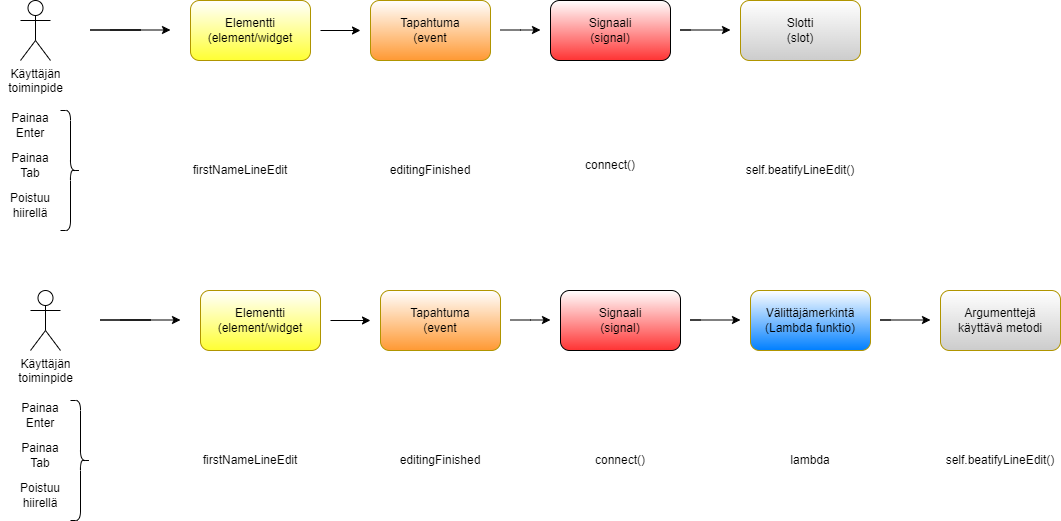
The draw.io diagram Docs/Pictures/lambadaSignalSlot.drawio.png in HennaSalla/PythonYmparisto, before a commit. Source tidied: cells renumbered, new cells last; positions are measured from the earlier drawing's top-left corner, leaving out a move shared by most shapes.
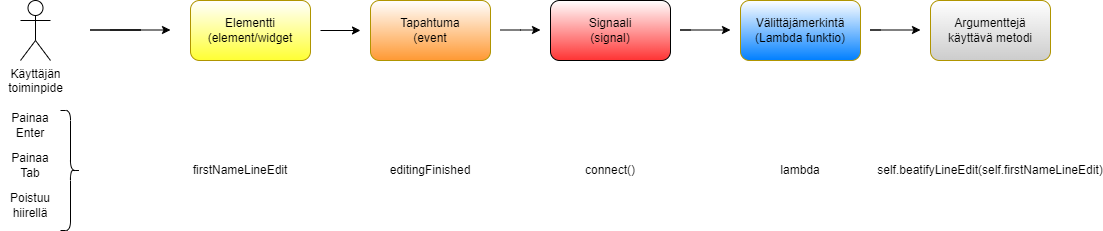
After the change.

Diff of the diagram source:
```diff
@@ -2,97 +2,19 @@
   <root>
     <mxCell id="0" />
     <mxCell id="1" parent="0" />
-    <mxCell id="2" value="Käyttäjän&lt;div&gt;toiminpide&lt;/div&gt;" style="shape=umlActor;verticalLabelPosition=bottom;verticalAlign=top;html=1;" parent="1" vertex="1">
-      <mxGeometry x="20" width="30" height="60" as="geometry" />
-    </mxCell>
-    <mxCell id="3" style="endArrow=classic;html=1;rounded=0;" parent="1" edge="1">
-      <mxGeometry relative="1" as="geometry">
-        <mxPoint x="110" y="29.5" as="sourcePoint" />
-        <mxPoint x="170" y="29.5" as="targetPoint" />
-        <Array as="points">
-          <mxPoint x="140" y="29.5" />
-          <mxPoint x="90" y="29.5" />
-        </Array>
-      </mxGeometry>
-    </mxCell>
-    <mxCell id="4" value="Elementti&lt;div&gt;(element/widget&lt;/div&gt;" style="rounded=1;whiteSpace=wrap;html=1;fillColor=#FFFFFF;fontColor=#000000;strokeColor=#B09500;gradientColor=#FFFF33;" parent="1" vertex="1">
-      <mxGeometry x="190" width="120" height="60" as="geometry" />
-    </mxCell>
-    <mxCell id="5" value="Tapahtuma&lt;div&gt;(event&lt;/div&gt;" style="rounded=1;whiteSpace=wrap;html=1;fillColor=#FFFFFF;fontColor=#000000;strokeColor=#B09500;gradientColor=#FF9933;" parent="1" vertex="1">
-      <mxGeometry x="370" width="120" height="60" as="geometry" />
-    </mxCell>
-    <mxCell id="6" value="Signaali&lt;div&gt;(signal)&lt;/div&gt;" style="rounded=1;whiteSpace=wrap;html=1;gradientColor=#FF3333;" parent="1" vertex="1">
-      <mxGeometry x="550" width="120" height="60" as="geometry" />
-    </mxCell>
-    <mxCell id="7" value="Slotti&lt;div&gt;(slot)&lt;/div&gt;" style="rounded=1;whiteSpace=wrap;html=1;fillColor=#FFFFFF;fontColor=#000000;strokeColor=#B09500;gradientColor=#CCCCCC;" parent="1" vertex="1">
-      <mxGeometry x="740" width="120" height="60" as="geometry" />
-    </mxCell>
-    <mxCell id="8" style="endArrow=classic;html=1;rounded=0;" parent="1" edge="1">
-      <mxGeometry relative="1" as="geometry">
-        <mxPoint x="320" y="30" as="sourcePoint" />
-        <mxPoint x="360" y="30" as="targetPoint" />
-        <Array as="points">
-          <mxPoint x="360" y="30" />
-        </Array>
-      </mxGeometry>
-    </mxCell>
-    <mxCell id="9" style="endArrow=classic;html=1;rounded=0;" parent="1" edge="1">
-      <mxGeometry relative="1" as="geometry">
-        <mxPoint x="500" y="29.5" as="sourcePoint" />
-        <mxPoint x="540" y="29.5" as="targetPoint" />
-        <Array as="points">
-          <mxPoint x="520" y="29.5" />
-          <mxPoint x="540" y="29.5" />
-        </Array>
-      </mxGeometry>
-    </mxCell>
-    <mxCell id="10" style="endArrow=classic;html=1;rounded=0;" parent="1" edge="1">
-      <mxGeometry relative="1" as="geometry">
-        <mxPoint x="690" y="29.5" as="sourcePoint" />
-        <mxPoint x="730" y="29.5" as="targetPoint" />
-        <Array as="points">
-          <mxPoint x="680" y="29.5" />
-          <mxPoint x="730" y="29.5" />
-        </Array>
-      </mxGeometry>
-    </mxCell>
-    <mxCell id="11" value="Painaa&lt;div&gt;Enter&lt;/div&gt;" style="text;html=1;align=center;verticalAlign=middle;whiteSpace=wrap;rounded=0;" parent="1" vertex="1">
-      <mxGeometry y="110" width="60" height="30" as="geometry" />
-    </mxCell>
-    <mxCell id="12" value="firstNameLineEdit" style="text;html=1;align=center;verticalAlign=middle;whiteSpace=wrap;rounded=0;" parent="1" vertex="1">
-      <mxGeometry x="210" y="155" width="60" height="30" as="geometry" />
-    </mxCell>
-    <mxCell id="13" value="editingFinished" style="text;html=1;align=center;verticalAlign=middle;whiteSpace=wrap;rounded=0;" parent="1" vertex="1">
-      <mxGeometry x="400" y="155" width="60" height="30" as="geometry" />
-    </mxCell>
-    <mxCell id="14" value="Painaa&lt;div&gt;Tab&lt;/div&gt;" style="text;html=1;align=center;verticalAlign=middle;whiteSpace=wrap;rounded=0;" parent="1" vertex="1">
-      <mxGeometry y="150" width="60" height="30" as="geometry" />
-    </mxCell>
-    <mxCell id="15" value="Poistuu&lt;div&gt;hiirellä&lt;/div&gt;" style="text;html=1;align=center;verticalAlign=middle;whiteSpace=wrap;rounded=0;" parent="1" vertex="1">
-      <mxGeometry y="190" width="60" height="30" as="geometry" />
-    </mxCell>
-    <mxCell id="16" value="connect()" style="text;html=1;align=center;verticalAlign=middle;whiteSpace=wrap;rounded=0;" parent="1" vertex="1">
-      <mxGeometry x="580" y="150" width="60" height="30" as="geometry" />
-    </mxCell>
-    <mxCell id="17" value="self.beatifyLineEdit()" style="text;html=1;align=center;verticalAlign=middle;whiteSpace=wrap;rounded=0;" parent="1" vertex="1">
-      <mxGeometry x="770" y="155" width="60" height="30" as="geometry" />
-    </mxCell>
-    <mxCell id="18" style="shape=curlyBracket;whiteSpace=wrap;html=1;rounded=1;flipH=1;labelPosition=right;verticalLabelPosition=middle;align=left;verticalAlign=middle;" parent="1" vertex="1">
-      <mxGeometry x="60" y="110" width="20" height="120" as="geometry" />
-    </mxCell>
     <mxCell id="19" value="Käyttäjän&lt;div&gt;toiminpide&lt;/div&gt;" style="shape=umlActor;verticalLabelPosition=bottom;verticalAlign=top;html=1;" parent="1" vertex="1">
       <mxGeometry x="30" y="290" width="30" height="60" as="geometry" />
     </mxCell>
-    <mxCell id="20" style="endArrow=classic;html=1;rounded=0;" parent="1" edge="1">
-      <mxGeometry relative="1" as="geometry">
-        <mxPoint x="120" y="319.5" as="sourcePoint" />
-        <mxPoint x="180" y="319.5" as="targetPoint" />
-        <Array as="points">
-          <mxPoint x="150" y="319.5" />
-          <mxPoint x="100" y="319.5" />
-        </Array>
-      </mxGeometry>
-    </mxCell>
+    <mxCell id="39" style="endArrow=classic;html=1;rounded=0;" parent="1" edge="1">
+      <mxGeometry relative="1" as="geometry">
+        <mxPoint x="120" y="319.5" as="sourcePoint" />
+        <mxPoint x="180" y="319.5" as="targetPoint" />
+        <Array as="points">
+          <mxPoint x="150" y="319.5" />
+          <mxPoint x="100" y="319.5" />
+        </Array>
+      </mxGeometry>
+    </mxCell>
     <mxCell id="21" value="Elementti&lt;div&gt;(element/widget&lt;/div&gt;" style="rounded=1;whiteSpace=wrap;html=1;fillColor=#FFFFFF;fontColor=#000000;strokeColor=#B09500;gradientColor=#FFFF33;" parent="1" vertex="1">
       <mxGeometry x="200" y="290" width="120" height="60" as="geometry" />
     </mxCell>
@@ -105,35 +27,35 @@
     <mxCell id="24" value="Välittäjämerkintä&lt;div&gt;(Lambda funktio)&lt;/div&gt;" style="rounded=1;whiteSpace=wrap;html=1;fillColor=#FFFFFF;fontColor=#000000;strokeColor=#B09500;gradientColor=#007FFF;" parent="1" vertex="1">
       <mxGeometry x="750" y="290" width="120" height="60" as="geometry" />
     </mxCell>
-    <mxCell id="25" style="endArrow=classic;html=1;rounded=0;" parent="1" edge="1">
-      <mxGeometry relative="1" as="geometry">
-        <mxPoint x="330" y="320" as="sourcePoint" />
-        <mxPoint x="370" y="320" as="targetPoint" />
-        <Array as="points">
-          <mxPoint x="370" y="320" />
-        </Array>
-      </mxGeometry>
-    </mxCell>
-    <mxCell id="26" style="endArrow=classic;html=1;rounded=0;" parent="1" edge="1">
-      <mxGeometry relative="1" as="geometry">
-        <mxPoint x="510" y="319.5" as="sourcePoint" />
-        <mxPoint x="550" y="319.5" as="targetPoint" />
-        <Array as="points">
-          <mxPoint x="530" y="319.5" />
-          <mxPoint x="550" y="319.5" />
-        </Array>
-      </mxGeometry>
-    </mxCell>
-    <mxCell id="27" style="endArrow=classic;html=1;rounded=0;" parent="1" edge="1">
-      <mxGeometry relative="1" as="geometry">
-        <mxPoint x="700" y="319.5" as="sourcePoint" />
-        <mxPoint x="740" y="319.5" as="targetPoint" />
-        <Array as="points">
-          <mxPoint x="690" y="319.5" />
-          <mxPoint x="740" y="319.5" />
-        </Array>
-      </mxGeometry>
-    </mxCell>
+    <mxCell id="40" style="endArrow=classic;html=1;rounded=0;" parent="1" edge="1">
+      <mxGeometry relative="1" as="geometry">
+        <mxPoint x="330" y="320" as="sourcePoint" />
+        <mxPoint x="370" y="320" as="targetPoint" />
+        <Array as="points">
+          <mxPoint x="370" y="320" />
+        </Array>
+      </mxGeometry>
+    </mxCell>
+    <mxCell id="41" style="endArrow=classic;html=1;rounded=0;" parent="1" edge="1">
+      <mxGeometry relative="1" as="geometry">
+        <mxPoint x="510" y="319.5" as="sourcePoint" />
+        <mxPoint x="550" y="319.5" as="targetPoint" />
+        <Array as="points">
+          <mxPoint x="530" y="319.5" />
+          <mxPoint x="550" y="319.5" />
+        </Array>
+      </mxGeometry>
+    </mxCell>
+    <mxCell id="42" style="endArrow=classic;html=1;rounded=0;" parent="1" edge="1">
+      <mxGeometry relative="1" as="geometry">
+        <mxPoint x="700" y="319.5" as="sourcePoint" />
+        <mxPoint x="740" y="319.5" as="targetPoint" />
+        <Array as="points">
+          <mxPoint x="690" y="319.5" />
+          <mxPoint x="740" y="319.5" />
+        </Array>
+      </mxGeometry>
+    </mxCell>
     <mxCell id="28" value="Painaa&lt;div&gt;Enter&lt;/div&gt;" style="text;html=1;align=center;verticalAlign=middle;whiteSpace=wrap;rounded=0;" parent="1" vertex="1">
       <mxGeometry x="10" y="400" width="60" height="30" as="geometry" />
     </mxCell>
@@ -152,25 +74,25 @@
     <mxCell id="33" value="connect()" style="text;html=1;align=center;verticalAlign=middle;whiteSpace=wrap;rounded=0;" parent="1" vertex="1">
       <mxGeometry x="590" y="445" width="60" height="30" as="geometry" />
     </mxCell>
-    <mxCell id="34" value="self.beatifyLineEdit()" style="text;html=1;align=center;verticalAlign=middle;whiteSpace=wrap;rounded=0;" parent="1" vertex="1">
-      <mxGeometry x="970" y="445" width="60" height="30" as="geometry" />
-    </mxCell>
+    <mxCell id="43" value="self.beatifyLineEdit(self.firstNameLineEdit)" style="text;html=1;align=center;verticalAlign=middle;whiteSpace=wrap;rounded=0;" parent="1" vertex="1">
+      <mxGeometry x="970" y="445" width="60" height="30" as="geometry" />
+    </mxCell>
     <mxCell id="35" style="shape=curlyBracket;whiteSpace=wrap;html=1;rounded=1;flipH=1;labelPosition=right;verticalLabelPosition=middle;align=left;verticalAlign=middle;" parent="1" vertex="1">
       <mxGeometry x="70" y="400" width="20" height="120" as="geometry" />
     </mxCell>
     <mxCell id="36" value="Argumenttejä käyttävä metodi" style="rounded=1;whiteSpace=wrap;html=1;fillColor=#FFFFFF;fontColor=#000000;strokeColor=#B09500;gradientColor=#CCCCCC;" parent="1" vertex="1">
       <mxGeometry x="940" y="290" width="120" height="60" as="geometry" />
     </mxCell>
-    <mxCell id="37" style="endArrow=classic;html=1;rounded=0;" parent="1" edge="1">
-      <mxGeometry relative="1" as="geometry">
-        <mxPoint x="890" y="319.5" as="sourcePoint" />
-        <mxPoint x="930" y="319.5" as="targetPoint" />
-        <Array as="points">
-          <mxPoint x="880" y="319.5" />
-          <mxPoint x="930" y="319.5" />
-        </Array>
-      </mxGeometry>
-    </mxCell>
+    <mxCell id="44" style="endArrow=classic;html=1;rounded=0;" parent="1" edge="1">
+      <mxGeometry relative="1" as="geometry">
+        <mxPoint x="890" y="319.5" as="sourcePoint" />
+        <mxPoint x="930" y="319.5" as="targetPoint" />
+        <Array as="points">
+          <mxPoint x="880" y="319.5" />
+          <mxPoint x="930" y="319.5" />
+        </Array>
+      </mxGeometry>
+    </mxCell>
     <mxCell id="38" value="lambda" style="text;html=1;align=center;verticalAlign=middle;whiteSpace=wrap;rounded=0;" parent="1" vertex="1">
       <mxGeometry x="780" y="445" width="60" height="30" as="geometry" />
     </mxCell>
```
